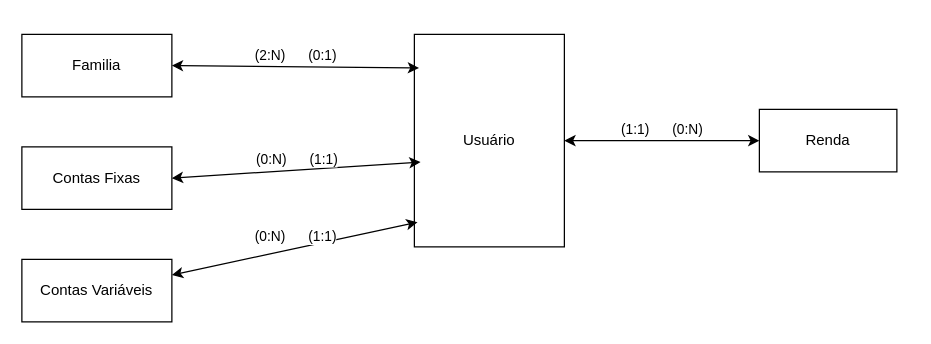
The draw.io diagram Untitled Diagram.drawio in samueldev900/store_things, before the edit. Source tidied: cells renumbered, new cells numbered last; positions are measured from the earlier drawing's top-left corner, leaving out a move shared by most shapes. Both pictures are drawn from the tidied source at 125%, with x=0, y=0 at pixel (21, 34).
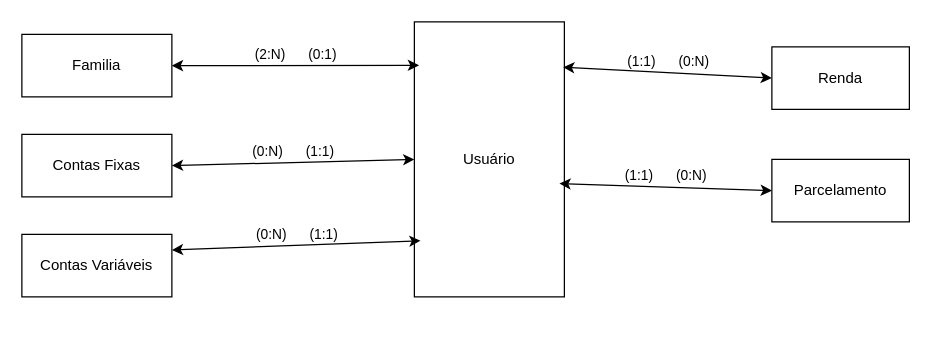
The same diagram, later.

The edit, as a diff of the source:
```diff
@@
 <mxGraphModel>
   <root>
     <mxCell id="0" />
     <mxCell id="1" parent="0" />
     <mxCell id="2" value="Usuário" style="rounded=0;whiteSpace=wrap;html=1;" parent="1" vertex="1">
-      <mxGeometry x="314" width="120" height="170" as="geometry" />
+      <mxGeometry x="314" y="-10" width="120" height="220" as="geometry" />
     </mxCell>
     <mxCell id="3" value="Renda" style="rounded=0;whiteSpace=wrap;html=1;shadow=0;glass=0;" parent="1" vertex="1">
-      <mxGeometry x="590" y="60" width="110" height="50" as="geometry" />
+      <mxGeometry x="600" y="10" width="110" height="50" as="geometry" />
     </mxCell>
-    <mxCell id="4" value="&lt;div&gt;(1:1)&amp;nbsp; &amp;nbsp; &amp;nbsp; (0:N)&lt;/div&gt;" style="endArrow=classic;startArrow=classic;html=1;rounded=0;entryX=0;entryY=0.5;entryDx=0;entryDy=0;exitX=1;exitY=0.5;exitDx=0;exitDy=0;verticalAlign=bottom;" parent="1" edge="1" source="2" target="3">
+    <mxCell id="4" value="&lt;div&gt;(1:1)&amp;nbsp; &amp;nbsp; &amp;nbsp; (0:N)&lt;/div&gt;" style="endArrow=classic;startArrow=classic;html=1;rounded=0;entryX=0;entryY=0.5;entryDx=0;entryDy=0;verticalAlign=bottom;exitX=0.992;exitY=0.165;exitDx=0;exitDy=0;exitPerimeter=0;" parent="1" edge="1" source="2" target="3">
       <mxGeometry relative="1" as="geometry" />
     </mxCell>
     <mxCell id="5" value="Familia" style="rounded=0;whiteSpace=wrap;html=1;" parent="1" vertex="1">
       <mxGeometry width="120" height="50" as="geometry" />
     </mxCell>
     <mxCell id="6" value="&lt;div&gt;(2:N)&amp;nbsp; &amp;nbsp; &amp;nbsp; (0:1)&lt;/div&gt;" style="endArrow=classic;startArrow=classic;html=1;rounded=0;entryX=0.031;entryY=0.158;entryDx=0;entryDy=0;exitX=1;exitY=0.5;exitDx=0;exitDy=0;verticalAlign=bottom;entryPerimeter=0;" parent="1" edge="1" source="5" target="2">
       <mxGeometry relative="1" as="geometry" />
     </mxCell>
     <mxCell id="7" value="Contas Fixas" style="rounded=0;whiteSpace=wrap;html=1;" parent="1" vertex="1">
-      <mxGeometry y="90" width="120" height="50" as="geometry" />
+      <mxGeometry y="80" width="120" height="50" as="geometry" />
     </mxCell>
-    <mxCell id="8" value="&lt;div&gt;(0:N)&amp;nbsp; &amp;nbsp; &amp;nbsp; (1:1)&lt;/div&gt;" style="endArrow=classic;startArrow=classic;html=1;rounded=0;exitX=1;exitY=0.5;exitDx=0;exitDy=0;verticalAlign=bottom;entryX=0.041;entryY=0.601;entryDx=0;entryDy=0;entryPerimeter=0;" parent="1" edge="1" source="7" target="2">
+    <mxCell id="8" value="&lt;div&gt;(0:N)&amp;nbsp; &amp;nbsp; &amp;nbsp; (1:1)&lt;/div&gt;" style="endArrow=classic;startArrow=classic;html=1;rounded=0;exitX=1;exitY=0.5;exitDx=0;exitDy=0;verticalAlign=bottom;entryX=0;entryY=0.5;entryDx=0;entryDy=0;" parent="1" edge="1" source="7" target="2">
       <mxGeometry relative="1" as="geometry" />
     </mxCell>
-    <mxCell id="9" value="&lt;div&gt;(0:N)&amp;nbsp; &amp;nbsp; &amp;nbsp; (1:1)&lt;/div&gt;" style="endArrow=classic;startArrow=classic;html=1;rounded=0;exitX=1;exitY=0.25;exitDx=0;exitDy=0;verticalAlign=bottom;entryX=0.021;entryY=0.884;entryDx=0;entryDy=0;entryPerimeter=0;" parent="1" edge="1" source="10" target="2">
+    <mxCell id="9" value="&lt;div&gt;(0:N)&amp;nbsp; &amp;nbsp; &amp;nbsp; (1:1)&lt;/div&gt;" style="endArrow=classic;startArrow=classic;html=1;rounded=0;exitX=1;exitY=0.25;exitDx=0;exitDy=0;verticalAlign=bottom;entryX=0.041;entryY=0.796;entryDx=0;entryDy=0;entryPerimeter=0;" parent="1" edge="1" source="10" target="2">
       <mxGeometry relative="1" as="geometry" />
     </mxCell>
     <mxCell id="10" value="Contas Variáveis" style="rounded=0;whiteSpace=wrap;html=1;" parent="1" vertex="1">
-      <mxGeometry y="180" width="120" height="50" as="geometry" />
+      <mxGeometry y="160" width="120" height="50" as="geometry" />
     </mxCell>
+    <mxCell id="11" value="Parcelamento" style="rounded=0;whiteSpace=wrap;html=1;" parent="1" vertex="1">
+      <mxGeometry x="600" y="100" width="110" height="50" as="geometry" />
+    </mxCell>
+    <mxCell id="12" value="&lt;div&gt;(1:1)&amp;nbsp; &amp;nbsp; &amp;nbsp; (0:N)&lt;/div&gt;" style="endArrow=classic;startArrow=classic;html=1;rounded=0;exitX=0.967;exitY=0.588;exitDx=0;exitDy=0;verticalAlign=bottom;entryX=0;entryY=0.5;entryDx=0;entryDy=0;exitPerimeter=0;" parent="1" edge="1" source="2" target="11">
+      <mxGeometry relative="1" as="geometry" />
+    </mxCell>
   </root>
 </mxGraphModel>
```
